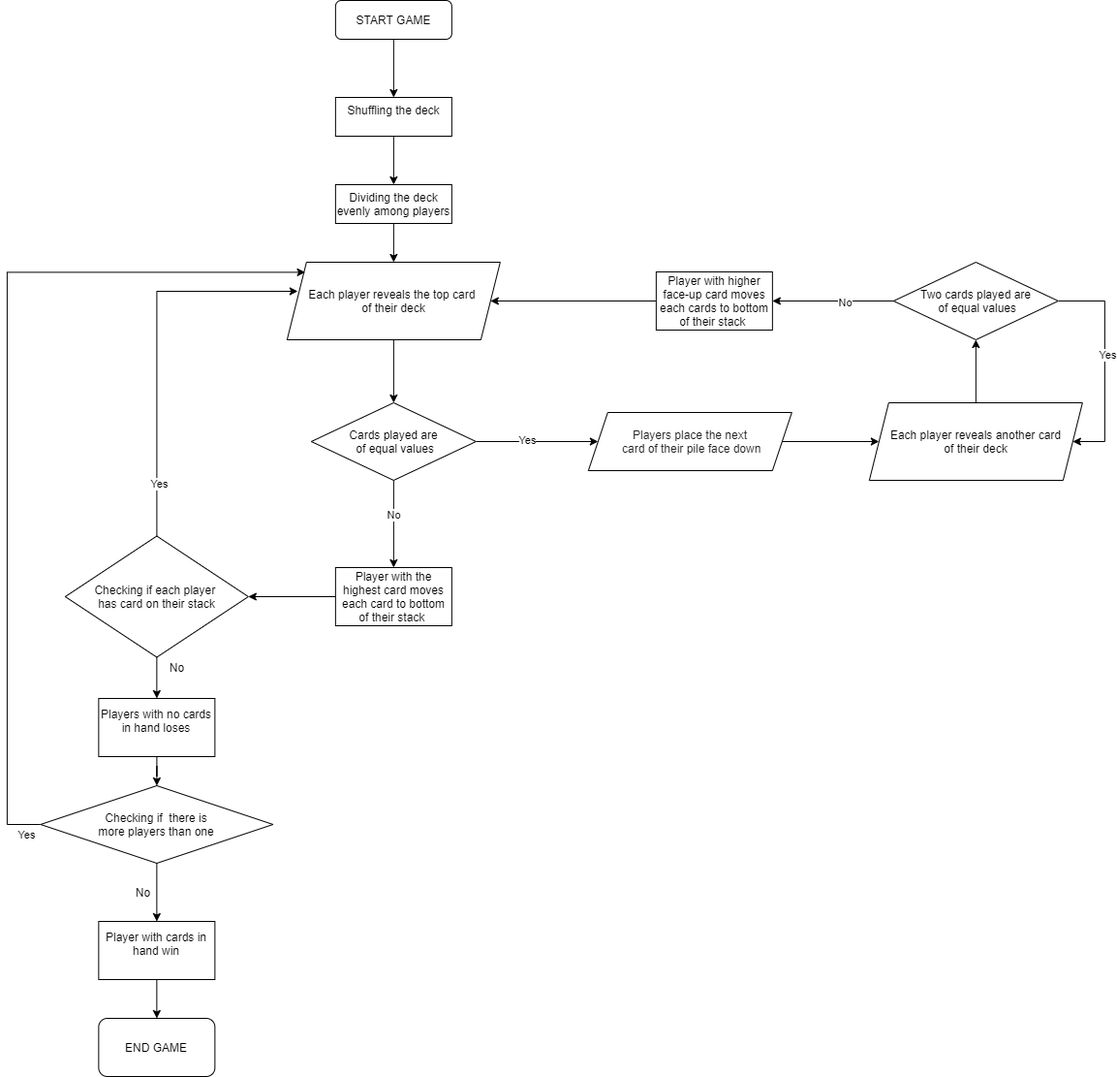
Earlier version of the draw.io export war_flowchart.png (Szymon-Skazinski/CHARTS). Source tidied: cells renumbered, new cells last; positions are measured from the earlier drawing's top-left corner, leaving out a move shared by most shapes.
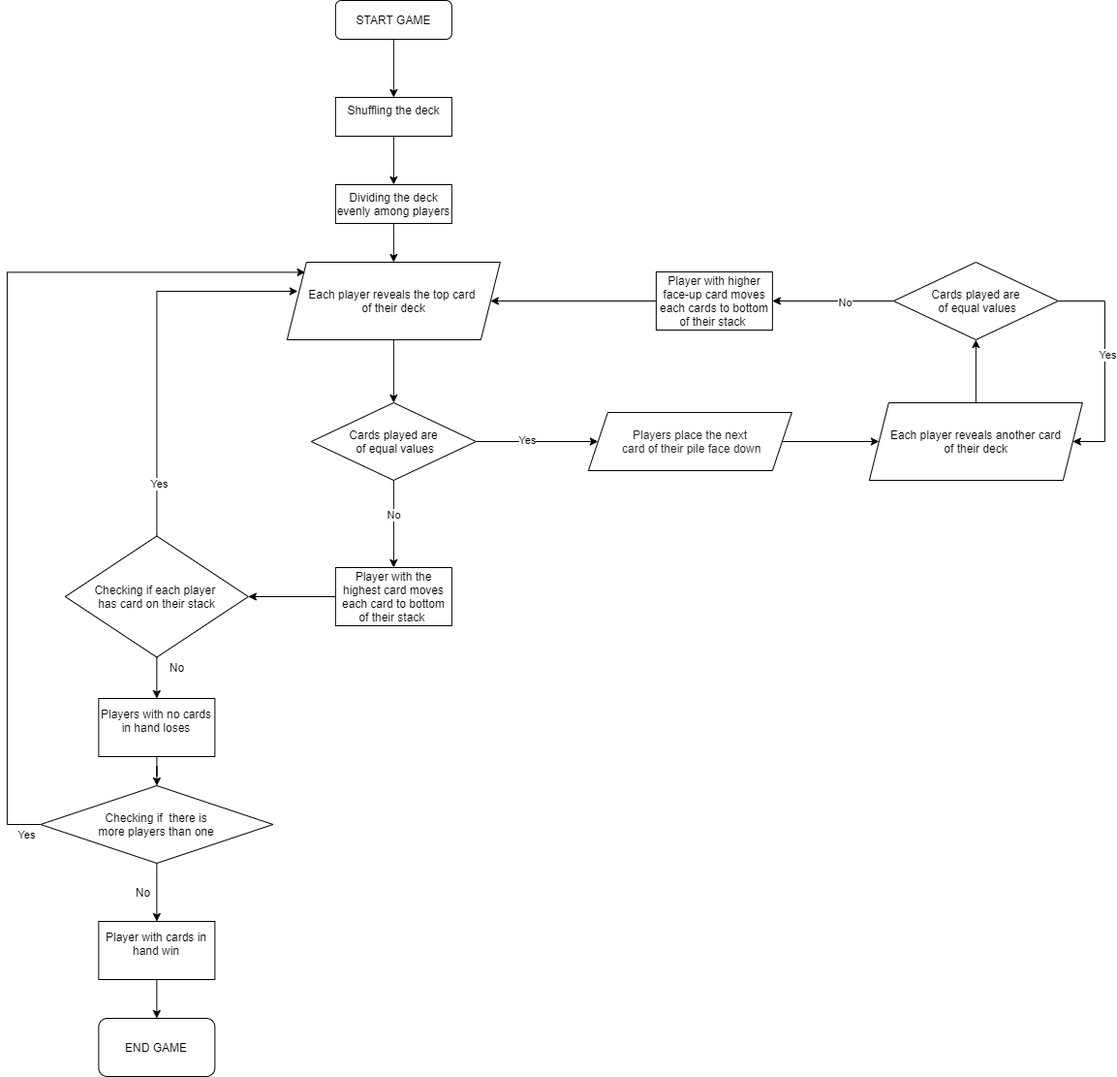
Above is the later version.

Diff of the diagram source:
```diff
@@ -95,7 +95,7 @@
     <mxCell id="29" value="No" style="edgeLabel;html=1;align=center;verticalAlign=middle;" parent="28" vertex="1">
       <mxGeometry x="-0.2" y="1" relative="1" as="geometry" />
     </mxCell>
-    <mxCell id="30" value="Two cards played are&lt;br&gt;&amp;nbsp;of equal values" style="rhombus;whiteSpace=wrap;html=1;rounded=0;shadow=0;strokeWidth=1;glass=0;" parent="1" vertex="1">
+    <mxCell id="30" value="Cards played are&lt;br&gt;&amp;nbsp;of equal values" style="rhombus;whiteSpace=wrap;html=1;rounded=0;shadow=0;strokeWidth=1;glass=0;" parent="1" vertex="1">
       <mxGeometry x="914.9" y="270" width="170" height="80" as="geometry" />
     </mxCell>
     <mxCell id="31" style="edgeStyle=orthogonalEdgeStyle;rounded=0;jettySize=auto;html=1;" parent="1" edge="1" source="32" target="10">
```
